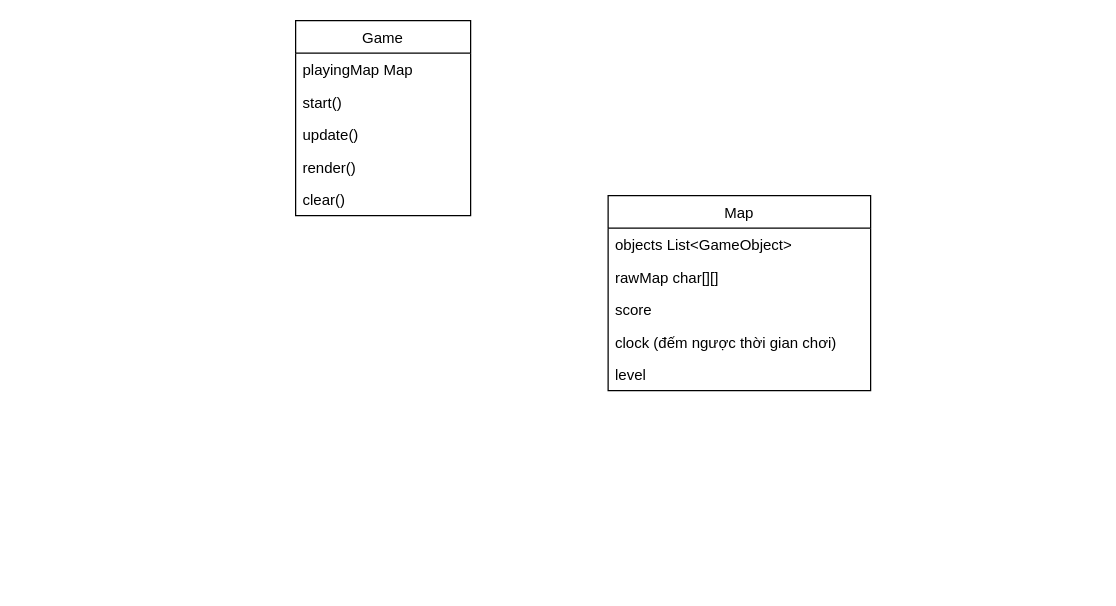
Earlier version of the draw.io diagram src/main/java/uet/gryffindor/scenes/game uml.drawio (hoang1007/bomberman). Source tidied: cells renumbered, new cells numbered last; positions are measured from the earlier drawing's top-left corner, leaving out a move shared by most shapes. Both pictures are drawn from the tidied source at 125%, with x=0, y=0 at pixel (295, 20).
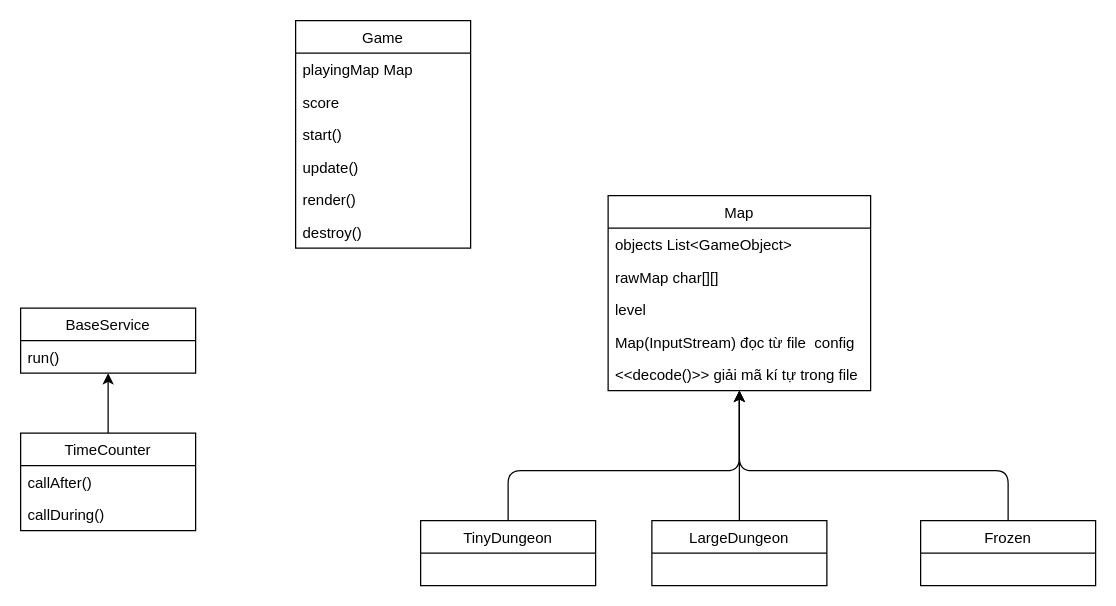
Above is the later version.

The change refers to these unchanged cells:
```xml
<mxCell id="8" value="Map" style="swimlane;fontStyle=0;horizontal=1;startSize=26;" parent="1" vertex="1">
  <mxGeometry x="250" y="140" width="210" height="156" as="geometry" />
</mxCell>
```

Diff of the diagram source:
```diff
@@
     <mxCell id="2" value="Game" style="swimlane;fontStyle=0;horizontal=1;startSize=26;" parent="1" vertex="1">
-      <mxGeometry width="140" height="156" as="geometry" />
+      <mxGeometry width="140" height="182" as="geometry" />
     </mxCell>
@@
+    <mxCell id="11" value="score" style="text;strokeColor=none;fillColor=none;align=left;verticalAlign=top;spacingLeft=4;spacingRight=4;overflow=hidden;" parent="2" vertex="1">
+      <mxGeometry y="52" width="140" height="26" as="geometry" />
+    </mxCell>
     <mxCell id="4" value="start()" style="text;strokeColor=none;fillColor=none;align=left;verticalAlign=top;spacingLeft=4;spacingRight=4;overflow=hidden;" parent="2" vertex="1">
-      <mxGeometry y="52" width="140" height="26" as="geometry" />
+      <mxGeometry y="78" width="140" height="26" as="geometry" />
     </mxCell>
     <mxCell id="5" value="update()" style="text;strokeColor=none;fillColor=none;align=left;verticalAlign=top;spacingLeft=4;spacingRight=4;overflow=hidden;" parent="2" vertex="1">
-      <mxGeometry y="78" width="140" height="26" as="geometry" />
+      <mxGeometry y="104" width="140" height="26" as="geometry" />
     </mxCell>
     <mxCell id="6" value="render()" style="text;strokeColor=none;fillColor=none;align=left;verticalAlign=top;spacingLeft=4;spacingRight=4;overflow=hidden;" parent="2" vertex="1">
-      <mxGeometry y="104" width="140" height="26" as="geometry" />
+      <mxGeometry y="130" width="140" height="26" as="geometry" />
     </mxCell>
-    <mxCell id="7" value="clear()" style="text;strokeColor=none;fillColor=none;align=left;verticalAlign=top;spacingLeft=4;spacingRight=4;overflow=hidden;" parent="2" vertex="1">
-      <mxGeometry y="130" width="140" height="26" as="geometry" />
+    <mxCell id="7" value="destroy()" style="text;strokeColor=none;fillColor=none;align=left;verticalAlign=top;spacingLeft=4;spacingRight=4;overflow=hidden;" parent="2" vertex="1">
+      <mxGeometry y="156" width="140" height="26" as="geometry" />
     </mxCell>
@@
-    <mxCell id="11" value="score" style="text;strokeColor=none;fillColor=none;align=left;verticalAlign=top;spacingLeft=4;spacingRight=4;overflow=hidden;" parent="8" vertex="1">
-      <mxGeometry y="78" width="210" height="26" as="geometry" />
-    </mxCell>
-    <mxCell id="12" value="clock (đếm ngược thời gian chơi)" style="text;strokeColor=none;fillColor=none;align=left;verticalAlign=top;spacingLeft=4;spacingRight=4;overflow=hidden;" parent="8" vertex="1">
-      <mxGeometry y="104" width="210" height="26" as="geometry" />
-    </mxCell>
     <mxCell id="13" value="level" style="text;strokeColor=none;fillColor=none;align=left;verticalAlign=top;spacingLeft=4;spacingRight=4;overflow=hidden;" parent="8" vertex="1">
-      <mxGeometry y="130" width="210" height="26" as="geometry" />
+      <mxGeometry y="78" width="210" height="26" as="geometry" />
     </mxCell>
+    <mxCell id="14" value="Map(InputStream) đọc từ file  config" style="text;strokeColor=none;fillColor=none;align=left;verticalAlign=top;spacingLeft=4;spacingRight=4;overflow=hidden;" parent="8" vertex="1">
+      <mxGeometry y="104" width="210" height="26" as="geometry" />
+    </mxCell>
+    <mxCell id="15" value="&lt;&lt;decode()&gt;&gt; giải mã kí tự trong file" style="text;strokeColor=none;fillColor=none;align=left;verticalAlign=top;spacingLeft=4;spacingRight=4;overflow=hidden;" parent="8" vertex="1">
+      <mxGeometry y="130" width="210" height="26" as="geometry" />
+    </mxCell>
+    <mxCell id="16" value="BaseService" style="swimlane;fontStyle=0;horizontal=1;startSize=26;" parent="1" vertex="1">
+      <mxGeometry x="-220" y="230" width="140" height="52" as="geometry" />
+    </mxCell>
+    <mxCell id="17" value="run()" style="text;strokeColor=none;fillColor=none;align=left;verticalAlign=top;spacingLeft=4;spacingRight=4;overflow=hidden;" parent="16" vertex="1">
+      <mxGeometry y="26" width="140" height="26" as="geometry" />
+    </mxCell>
+    <mxCell id="18" style="edgeStyle=none;html=1;" parent="1" edge="1" source="19" target="16">
+      <mxGeometry relative="1" as="geometry" />
+    </mxCell>
+    <mxCell id="19" value="TimeCounter" style="swimlane;fontStyle=0;horizontal=1;startSize=26;" parent="1" vertex="1">
+      <mxGeometry x="-220" y="330" width="140" height="78" as="geometry" />
+    </mxCell>
+    <mxCell id="20" value="callAfter()" style="text;strokeColor=none;fillColor=none;align=left;verticalAlign=top;spacingLeft=4;spacingRight=4;overflow=hidden;" parent="19" vertex="1">
+      <mxGeometry y="26" width="140" height="26" as="geometry" />
+    </mxCell>
+    <mxCell id="21" value="callDuring()" style="text;strokeColor=none;fillColor=none;align=left;verticalAlign=top;spacingLeft=4;spacingRight=4;overflow=hidden;" parent="19" vertex="1">
+      <mxGeometry y="52" width="140" height="26" as="geometry" />
+    </mxCell>
+    <mxCell id="22" style="edgeStyle=orthogonalEdgeStyle;html=1;exitX=0.5;exitY=0;exitDx=0;exitDy=0;" parent="1" edge="1" source="23" target="8">
+      <mxGeometry relative="1" as="geometry">
+        <Array as="points">
+          <mxPoint x="170" y="360" />
+          <mxPoint x="355" y="360" />
+        </Array>
+      </mxGeometry>
+    </mxCell>
+    <mxCell id="23" value="TinyDungeon" style="swimlane;fontStyle=0;horizontal=1;startSize=26;" parent="1" vertex="1">
+      <mxGeometry x="100" y="400" width="140" height="52" as="geometry" />
+    </mxCell>
+    <mxCell id="24" style="edgeStyle=orthogonalEdgeStyle;html=1;" parent="1" edge="1" source="25" target="8">
+      <mxGeometry relative="1" as="geometry" />
+    </mxCell>
+    <mxCell id="25" value="LargeDungeon" style="swimlane;fontStyle=0;horizontal=1;startSize=26;" parent="1" vertex="1">
+      <mxGeometry x="285" y="400" width="140" height="52" as="geometry" />
+    </mxCell>
+    <mxCell id="26" style="edgeStyle=orthogonalEdgeStyle;html=1;" parent="1" edge="1" source="27" target="8">
+      <mxGeometry relative="1" as="geometry">
+        <Array as="points">
+          <mxPoint x="570" y="360" />
+          <mxPoint x="355" y="360" />
+        </Array>
+      </mxGeometry>
+    </mxCell>
+    <mxCell id="27" value="Frozen" style="swimlane;fontStyle=0;horizontal=1;startSize=26;" parent="1" vertex="1">
+      <mxGeometry x="500" y="400" width="140" height="52" as="geometry" />
+    </mxCell>
```
